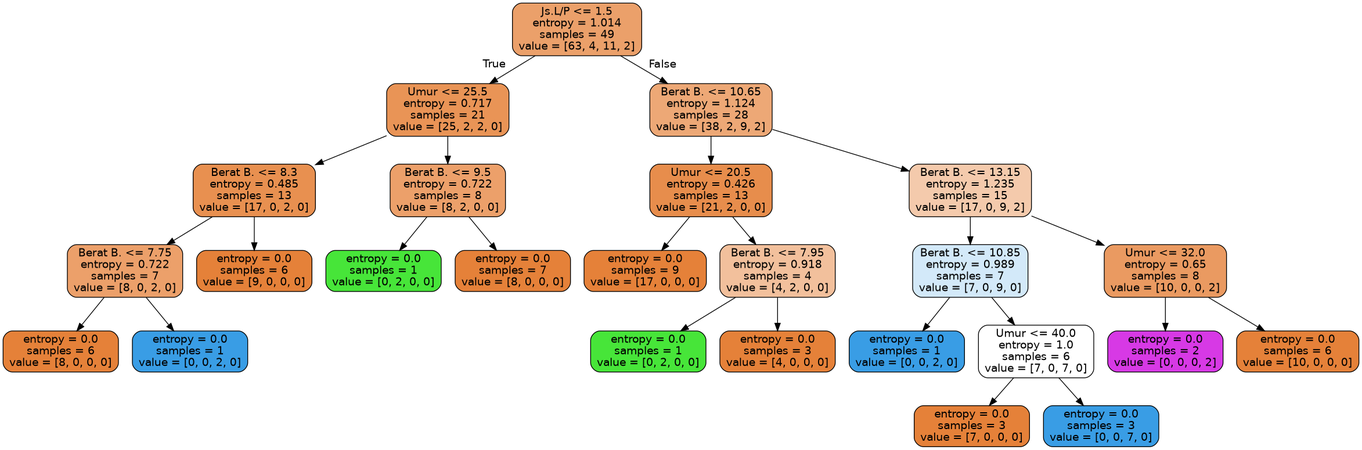
Earlier version of the Graphviz export tree.png (JohanKesuma/AlatUjiRandomForest). Its source is kept beside it as tree.dot.
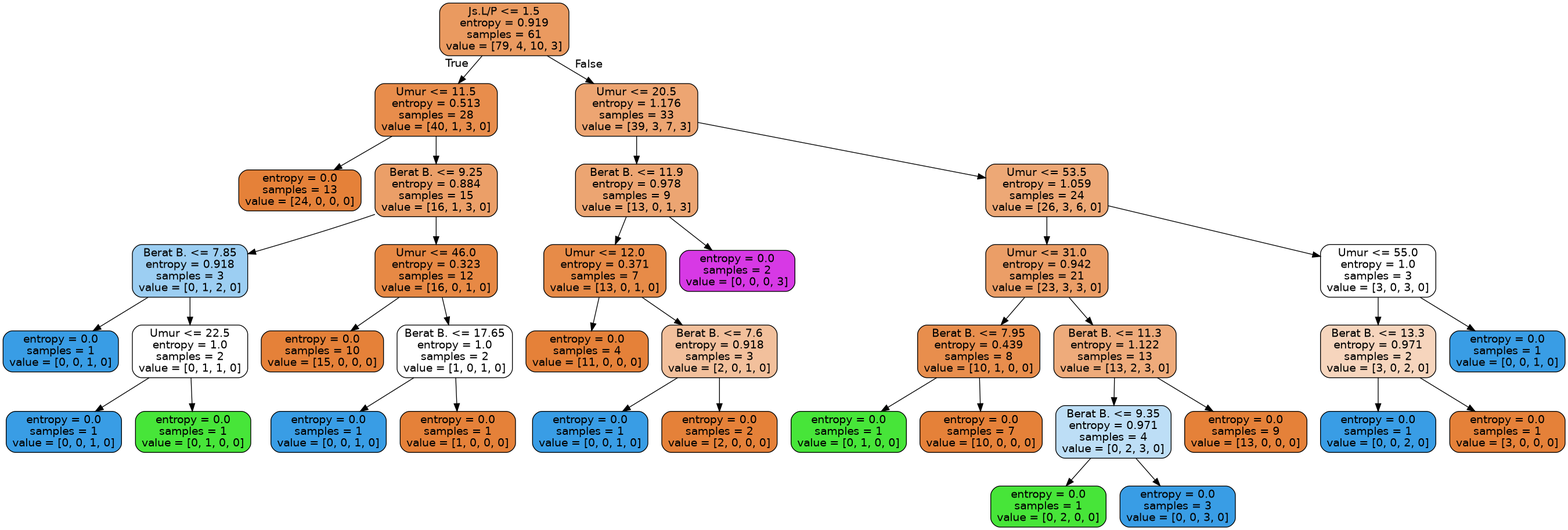
Later version of the same file.

What changed in the source:
```diff
@@ -1,53 +1,77 @@
 digraph Tree {
 node [shape=box, style="filled, rounded", color="black", fontname=helvetica] ;
 edge [fontname=helvetica] ;
-0 [label="Js.L/P <= 1.5\nentropy = 1.014\nsamples = 49\nvalue = [63, 4, 11, 2]", fillcolor="#eba06a"] ;
-1 [label="Umur <= 25.5\nentropy = 0.717\nsamples = 21\nvalue = [25, 2, 2, 0]", fillcolor="#e99456"] ;
+0 [label="Js.L/P <= 1.5\nentropy = 0.919\nsamples = 61\nvalue = [79, 4, 10, 3]", fillcolor="#ea9a60"] ;
+1 [label="Umur <= 11.5\nentropy = 0.513\nsamples = 28\nvalue = [40, 1, 3, 0]", fillcolor="#e88d4c"] ;
 0 -> 1 [labeldistance=2.5, labelangle=45, headlabel="True"] ;
-2 [label="Berat B. <= 8.3\nentropy = 0.485\nsamples = 13\nvalue = [17, 0, 2, 0]", fillcolor="#e89050"] ;
+2 [label="entropy = 0.0\nsamples = 13\nvalue = [24, 0, 0, 0]", fillcolor="#e58139"] ;
 1 -> 2 ;
-3 [label="Berat B. <= 7.75\nentropy = 0.722\nsamples = 7\nvalue = [8, 0, 2, 0]", fillcolor="#eca06a"] ;
-2 -> 3 ;
-4 [label="entropy = 0.0\nsamples = 6\nvalue = [8, 0, 0, 0]", fillcolor="#e58139"] ;
+3 [label="Berat B. <= 9.25\nentropy = 0.884\nsamples = 15\nvalue = [16, 1, 3, 0]", fillcolor="#eb9f68"] ;
+1 -> 3 ;
+4 [label="Berat B. <= 7.85\nentropy = 0.918\nsamples = 3\nvalue = [0, 1, 2, 0]", fillcolor="#9ccef2"] ;
 3 -> 4 ;
-5 [label="entropy = 0.0\nsamples = 1\nvalue = [0, 0, 2, 0]", fillcolor="#399de5"] ;
-3 -> 5 ;
-6 [label="entropy = 0.0\nsamples = 6\nvalue = [9, 0, 0, 0]", fillcolor="#e58139"] ;
-2 -> 6 ;
-7 [label="Berat B. <= 9.5\nentropy = 0.722\nsamples = 8\nvalue = [8, 2, 0, 0]", fillcolor="#eca06a"] ;
-1 -> 7 ;
-8 [label="entropy = 0.0\nsamples = 1\nvalue = [0, 2, 0, 0]", fillcolor="#47e539"] ;
-7 -> 8 ;
-9 [label="entropy = 0.0\nsamples = 7\nvalue = [8, 0, 0, 0]", fillcolor="#e58139"] ;
-7 -> 9 ;
-10 [label="Berat B. <= 10.65\nentropy = 1.124\nsamples = 28\nvalue = [38, 2, 9, 2]", fillcolor="#eda876"] ;
-0 -> 10 [labeldistance=2.5, labelangle=-45, headlabel="False"] ;
-11 [label="Umur <= 20.5\nentropy = 0.426\nsamples = 13\nvalue = [21, 2, 0, 0]", fillcolor="#e78d4c"] ;
-10 -> 11 ;
-12 [label="entropy = 0.0\nsamples = 9\nvalue = [17, 0, 0, 0]", fillcolor="#e58139"] ;
+5 [label="entropy = 0.0\nsamples = 1\nvalue = [0, 0, 1, 0]", fillcolor="#399de5"] ;
+4 -> 5 ;
+6 [label="Umur <= 22.5\nentropy = 1.0\nsamples = 2\nvalue = [0, 1, 1, 0]", fillcolor="#ffffff"] ;
+4 -> 6 ;
+7 [label="entropy = 0.0\nsamples = 1\nvalue = [0, 0, 1, 0]", fillcolor="#399de5"] ;
+6 -> 7 ;
+8 [label="entropy = 0.0\nsamples = 1\nvalue = [0, 1, 0, 0]", fillcolor="#47e539"] ;
+6 -> 8 ;
+9 [label="Umur <= 46.0\nentropy = 0.323\nsamples = 12\nvalue = [16, 0, 1, 0]", fillcolor="#e78945"] ;
+3 -> 9 ;
+10 [label="entropy = 0.0\nsamples = 10\nvalue = [15, 0, 0, 0]", fillcolor="#e58139"] ;
+9 -> 10 ;
+11 [label="Berat B. <= 17.65\nentropy = 1.0\nsamples = 2\nvalue = [1, 0, 1, 0]", fillcolor="#ffffff"] ;
+9 -> 11 ;
+12 [label="entropy = 0.0\nsamples = 1\nvalue = [0, 0, 1, 0]", fillcolor="#399de5"] ;
 11 -> 12 ;
-13 [label="Berat B. <= 7.95\nentropy = 0.918\nsamples = 4\nvalue = [4, 2, 0, 0]", fillcolor="#f2c09c"] ;
+13 [label="entropy = 0.0\nsamples = 1\nvalue = [1, 0, 0, 0]", fillcolor="#e58139"] ;
 11 -> 13 ;
-14 [label="entropy = 0.0\nsamples = 1\nvalue = [0, 2, 0, 0]", fillcolor="#47e539"] ;
-13 -> 14 ;
-15 [label="entropy = 0.0\nsamples = 3\nvalue = [4, 0, 0, 0]", fillcolor="#e58139"] ;
-13 -> 15 ;
-16 [label="Berat B. <= 13.15\nentropy = 1.235\nsamples = 15\nvalue = [17, 0, 9, 2]", fillcolor="#f4caac"] ;
-10 -> 16 ;
-17 [label="Berat B. <= 10.85\nentropy = 0.989\nsamples = 7\nvalue = [7, 0, 9, 0]", fillcolor="#d3e9f9"] ;
+14 [label="Umur <= 20.5\nentropy = 1.176\nsamples = 33\nvalue = [39, 3, 7, 3]", fillcolor="#eda572"] ;
+0 -> 14 [labeldistance=2.5, labelangle=-45, headlabel="False"] ;
+15 [label="Berat B. <= 11.9\nentropy = 0.978\nsamples = 9\nvalue = [13, 0, 1, 3]", fillcolor="#eca572"] ;
+14 -> 15 ;
+16 [label="Umur <= 12.0\nentropy = 0.371\nsamples = 7\nvalue = [13, 0, 1, 0]", fillcolor="#e78b48"] ;
+15 -> 16 ;
+17 [label="entropy = 0.0\nsamples = 4\nvalue = [11, 0, 0, 0]", fillcolor="#e58139"] ;
 16 -> 17 ;
-18 [label="entropy = 0.0\nsamples = 1\nvalue = [0, 0, 2, 0]", fillcolor="#399de5"] ;
-17 -> 18 ;
-19 [label="Umur <= 40.0\nentropy = 1.0\nsamples = 6\nvalue = [7, 0, 7, 0]", fillcolor="#ffffff"] ;
-17 -> 19 ;
-20 [label="entropy = 0.0\nsamples = 3\nvalue = [7, 0, 0, 0]", fillcolor="#e58139"] ;
-19 -> 20 ;
-21 [label="entropy = 0.0\nsamples = 3\nvalue = [0, 0, 7, 0]", fillcolor="#399de5"] ;
-19 -> 21 ;
-22 [label="Umur <= 32.0\nentropy = 0.65\nsamples = 8\nvalue = [10, 0, 0, 2]", fillcolor="#ea9a61"] ;
-16 -> 22 ;
-23 [label="entropy = 0.0\nsamples = 2\nvalue = [0, 0, 0, 2]", fillcolor="#d739e5"] ;
+18 [label="Berat B. <= 7.6\nentropy = 0.918\nsamples = 3\nvalue = [2, 0, 1, 0]", fillcolor="#f2c09c"] ;
+16 -> 18 ;
+19 [label="entropy = 0.0\nsamples = 1\nvalue = [0, 0, 1, 0]", fillcolor="#399de5"] ;
+18 -> 19 ;
+20 [label="entropy = 0.0\nsamples = 2\nvalue = [2, 0, 0, 0]", fillcolor="#e58139"] ;
+18 -> 20 ;
+21 [label="entropy = 0.0\nsamples = 2\nvalue = [0, 0, 0, 3]", fillcolor="#d739e5"] ;
+15 -> 21 ;
+22 [label="Umur <= 53.5\nentropy = 1.059\nsamples = 24\nvalue = [26, 3, 6, 0]", fillcolor="#eda876"] ;
+14 -> 22 ;
+23 [label="Umur <= 31.0\nentropy = 0.942\nsamples = 21\nvalue = [23, 3, 3, 0]", fillcolor="#eb9e67"] ;
 22 -> 23 ;
-24 [label="entropy = 0.0\nsamples = 6\nvalue = [10, 0, 0, 0]", fillcolor="#e58139"] ;
-22 -> 24 ;
+24 [label="Berat B. <= 7.95\nentropy = 0.439\nsamples = 8\nvalue = [10, 1, 0, 0]", fillcolor="#e88e4d"] ;
+23 -> 24 ;
+25 [label="entropy = 0.0\nsamples = 1\nvalue = [0, 1, 0, 0]", fillcolor="#47e539"] ;
+24 -> 25 ;
+26 [label="entropy = 0.0\nsamples = 7\nvalue = [10, 0, 0, 0]", fillcolor="#e58139"] ;
+24 -> 26 ;
+27 [label="Berat B. <= 11.3\nentropy = 1.122\nsamples = 13\nvalue = [13, 2, 3, 0]", fillcolor="#eeab7b"] ;
+23 -> 27 ;
+28 [label="Berat B. <= 9.35\nentropy = 0.971\nsamples = 4\nvalue = [0, 2, 3, 0]", fillcolor="#bddef6"] ;
+27 -> 28 ;
+29 [label="entropy = 0.0\nsamples = 1\nvalue = [0, 2, 0, 0]", fillcolor="#47e539"] ;
+28 -> 29 ;
+30 [label="entropy = 0.0\nsamples = 3\nvalue = [0, 0, 3, 0]", fillcolor="#399de5"] ;
+28 -> 30 ;
+31 [label="entropy = 0.0\nsamples = 9\nvalue = [13, 0, 0, 0]", fillcolor="#e58139"] ;
+27 -> 31 ;
+32 [label="Umur <= 55.0\nentropy = 1.0\nsamples = 3\nvalue = [3, 0, 3, 0]", fillcolor="#ffffff"] ;
+22 -> 32 ;
+33 [label="Berat B. <= 13.3\nentropy = 0.971\nsamples = 2\nvalue = [3, 0, 2, 0]", fillcolor="#f6d5bd"] ;
+32 -> 33 ;
+34 [label="entropy = 0.0\nsamples = 1\nvalue = [0, 0, 2, 0]", fillcolor="#399de5"] ;
+33 -> 34 ;
+35 [label="entropy = 0.0\nsamples = 1\nvalue = [3, 0, 0, 0]", fillcolor="#e58139"] ;
+33 -> 35 ;
+36 [label="entropy = 0.0\nsamples = 1\nvalue = [0, 0, 1, 0]", fillcolor="#399de5"] ;
+32 -> 36 ;
 }
```
